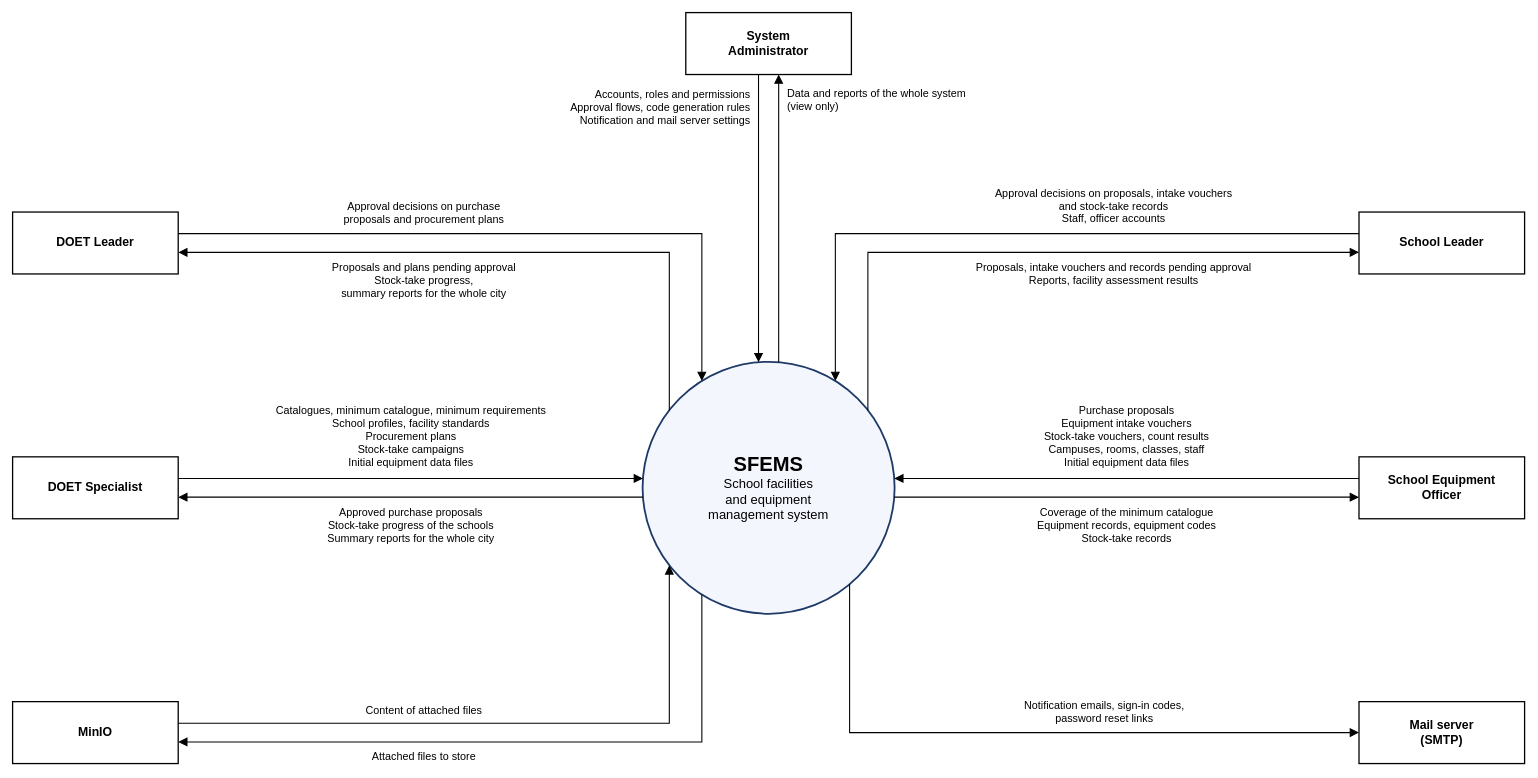
Before: docs/ENG/diagram/Report 3/01 Context diagram/Context diagram.drawio in LuuDong2004/SEP490_G123_SFEMS, a draw.io diagram. Source tidied: cells renumbered, new cells numbered last; positions are measured from the earlier drawing's top-left corner, leaving out a move shared by most shapes. Both pictures are drawn from the tidied source at 72%, with x=0, y=0 at pixel (12, 12).
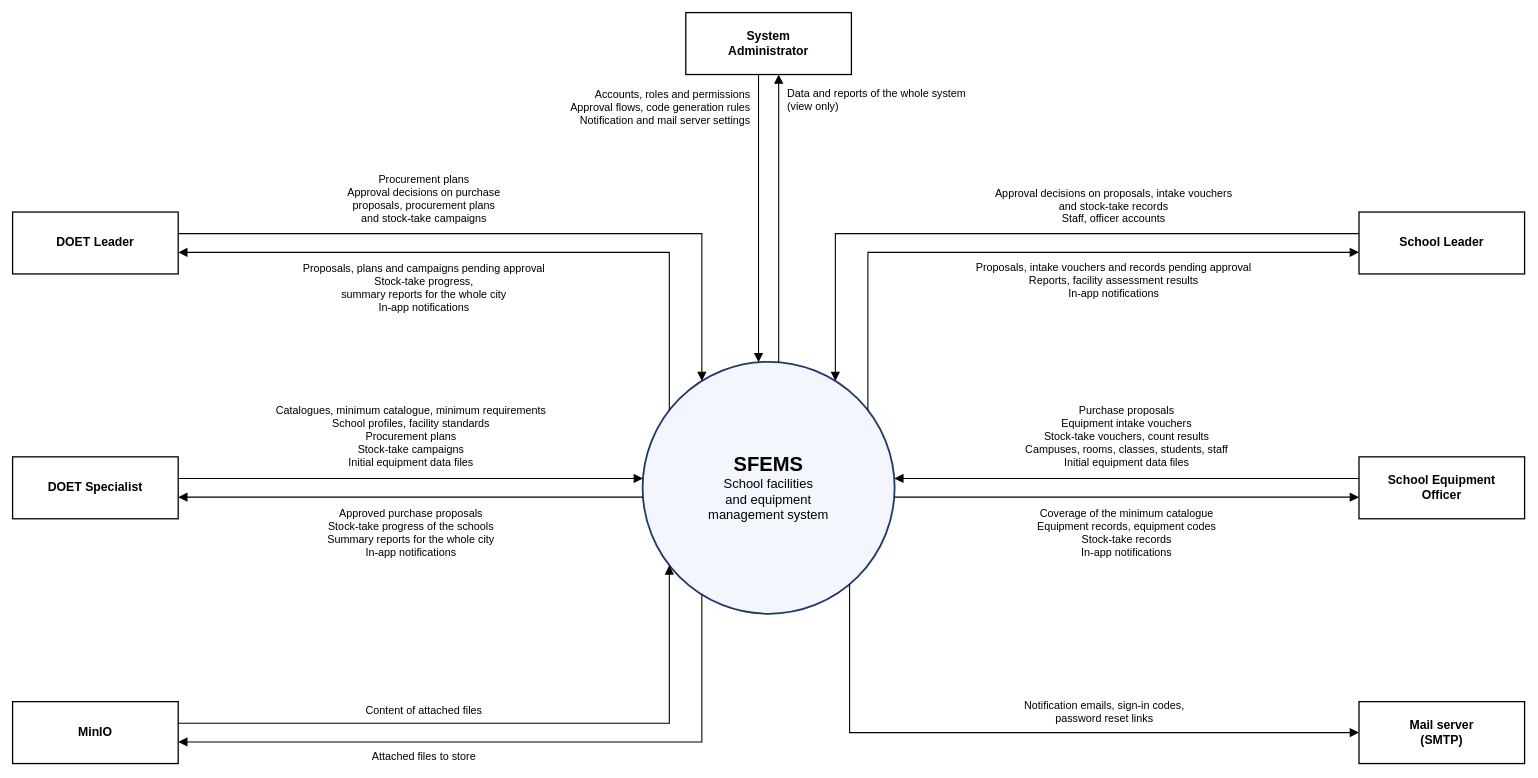
After the change.

Change to the diagram source:
```diff
@@
-    <mxCell id="11" value="Approval decisions on purchase&lt;br&gt;proposals and procurement plans" style="text;html=1;whiteSpace=nowrap;verticalAlign=middle;fontSize=15;fontFamily=Arial;strokeColor=none;fillColor=none;align=center;" parent="1" vertex="1">
-      <mxGeometry x="466.5" y="255" width="209" height="46" as="geometry" />
+    <mxCell id="11" value="Procurement plans&lt;br&gt;Approval decisions on purchase&lt;br&gt;proposals, procurement plans&lt;br&gt;and stock-take campaigns" style="text;html=1;whiteSpace=nowrap;verticalAlign=middle;fontSize=15;fontFamily=Arial;strokeColor=none;fillColor=none;align=center;" parent="1" vertex="1">
+      <mxGeometry x="466.5" y="215" width="209" height="86" as="geometry" />
     </mxCell>
-    <mxCell id="12" value="Proposals and plans pending approval&lt;br&gt;Stock-take progress,&lt;br&gt;summary reports for the whole city" style="text;html=1;whiteSpace=nowrap;verticalAlign=middle;fontSize=15;fontFamily=Arial;strokeColor=none;fillColor=none;align=center;" parent="1" vertex="1">
-      <mxGeometry x="447.8" y="339" width="246.5" height="66" as="geometry" />
+    <mxCell id="12" value="Proposals, plans and campaigns pending approval&lt;br&gt;Stock-take progress,&lt;br&gt;summary reports for the whole city&lt;br&gt;In-app notifications" style="text;html=1;whiteSpace=nowrap;verticalAlign=middle;fontSize=15;fontFamily=Arial;strokeColor=none;fillColor=none;align=center;" parent="1" vertex="1">
+      <mxGeometry x="447.8" y="339" width="246.5" height="86" as="geometry" />
     </mxCell>
@@
-    <mxCell id="17" value="Approved purchase proposals&lt;br&gt;Stock-take progress of the schools&lt;br&gt;Summary reports for the whole city" style="text;html=1;whiteSpace=nowrap;verticalAlign=middle;fontSize=15;fontFamily=Arial;strokeColor=none;fillColor=none;align=center;" parent="1" vertex="1">
-      <mxGeometry x="429.5" y="679" width="246.5" height="66" as="geometry" />
+    <mxCell id="17" value="Approved purchase proposals&lt;br&gt;Stock-take progress of the schools&lt;br&gt;Summary reports for the whole city&lt;br&gt;In-app notifications" style="text;html=1;whiteSpace=nowrap;verticalAlign=middle;fontSize=15;fontFamily=Arial;strokeColor=none;fillColor=none;align=center;" parent="1" vertex="1">
+      <mxGeometry x="429.5" y="679" width="246.5" height="86" as="geometry" />
     </mxCell>
@@
-    <mxCell id="27" value="Proposals, intake vouchers and records pending approval&lt;br&gt;Reports, facility assessment results" style="text;html=1;whiteSpace=nowrap;verticalAlign=middle;fontSize=15;fontFamily=Arial;strokeColor=none;fillColor=none;align=center;" parent="1" vertex="1">
-      <mxGeometry x="1372" y="339" width="314" height="46" as="geometry" />
+    <mxCell id="27" value="Proposals, intake vouchers and records pending approval&lt;br&gt;Reports, facility assessment results&lt;br&gt;In-app notifications" style="text;html=1;whiteSpace=nowrap;verticalAlign=middle;fontSize=15;fontFamily=Arial;strokeColor=none;fillColor=none;align=center;" parent="1" vertex="1">
+      <mxGeometry x="1372" y="339" width="314" height="66" as="geometry" />
     </mxCell>
@@
-    <mxCell id="31" value="Purchase proposals&lt;br&gt;Equipment intake vouchers&lt;br&gt;Stock-take vouchers, count results&lt;br&gt;Campuses, rooms, classes, staff&lt;br&gt;Initial equipment data files" style="text;html=1;whiteSpace=nowrap;verticalAlign=middle;fontSize=15;fontFamily=Arial;strokeColor=none;fillColor=none;align=center;" parent="1" vertex="1">
+    <mxCell id="31" value="Purchase proposals&lt;br&gt;Equipment intake vouchers&lt;br&gt;Stock-take vouchers, count results&lt;br&gt;Campuses, rooms, classes, students, staff&lt;br&gt;Initial equipment data files" style="text;html=1;whiteSpace=nowrap;verticalAlign=middle;fontSize=15;fontFamily=Arial;strokeColor=none;fillColor=none;align=center;" parent="1" vertex="1">
       <mxGeometry x="1420.3" y="535" width="254" height="106" as="geometry" />
     </mxCell>
-    <mxCell id="32" value="Coverage of the minimum catalogue&lt;br&gt;Equipment records, equipment codes&lt;br&gt;Stock-take records" style="text;html=1;whiteSpace=nowrap;verticalAlign=middle;fontSize=15;fontFamily=Arial;strokeColor=none;fillColor=none;align=center;" parent="1" vertex="1">
-      <mxGeometry x="1424" y="679" width="246.5" height="66" as="geometry" />
+    <mxCell id="32" value="Coverage of the minimum catalogue&lt;br&gt;Equipment records, equipment codes&lt;br&gt;Stock-take records&lt;br&gt;In-app notifications" style="text;html=1;whiteSpace=nowrap;verticalAlign=middle;fontSize=15;fontFamily=Arial;strokeColor=none;fillColor=none;align=center;" parent="1" vertex="1">
+      <mxGeometry x="1424" y="679" width="246.5" height="86" as="geometry" />
     </mxCell>
```
